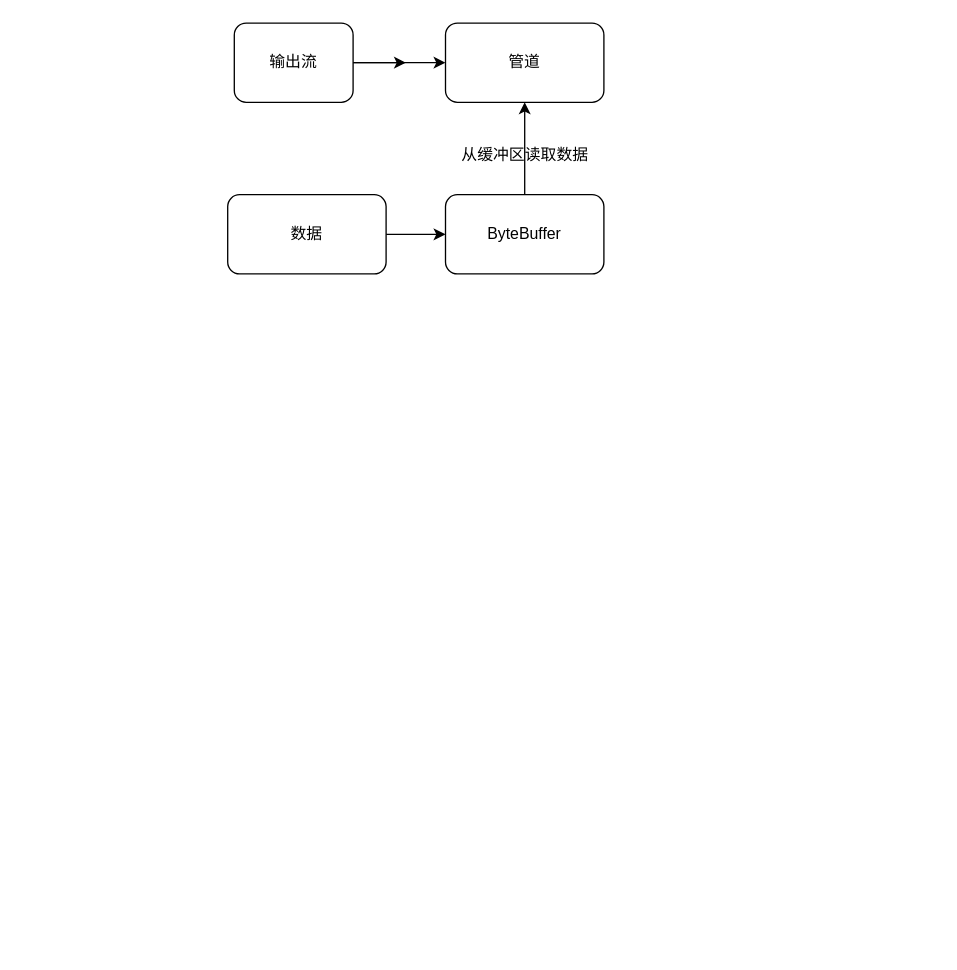
ZWYXY/all_images keeps this draw.io diagram as 1.drawio. Above is the earlier version. Source tidied: cells renumbered, new cells numbered last; positions are measured from the earlier drawing's top-left corner, leaving out a move shared by most shapes. Both pictures are drawn from the tidied source at 132%, with x=0, y=0 at pixel (227, 22).
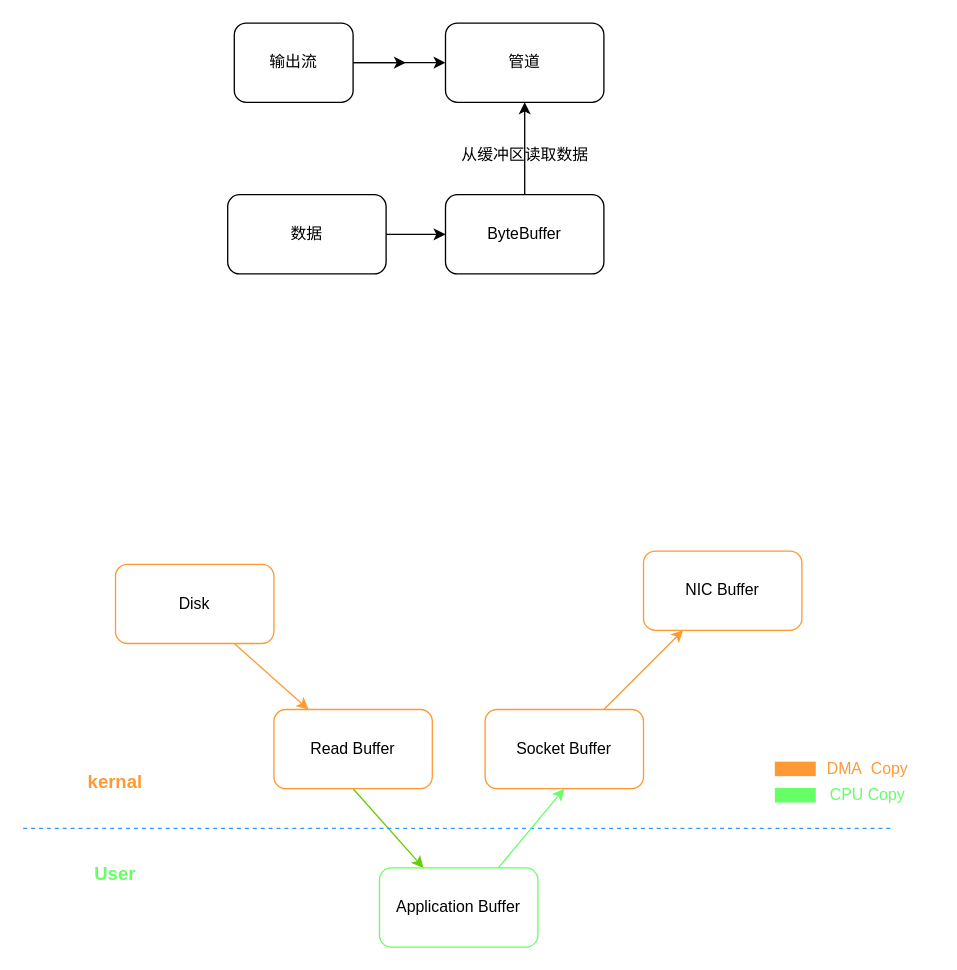
After the change.

The edit, as a diff of the source:
```diff
@@
+    <mxCell id="11" style="edgeStyle=none;html=1;exitX=0.75;exitY=1;exitDx=0;exitDy=0;strokeColor=#FF9933;" parent="1" edge="1" source="12" target="14">
+      <mxGeometry relative="1" as="geometry" />
+    </mxCell>
+    <mxCell id="12" value="Disk" style="rounded=1;whiteSpace=wrap;html=1;strokeColor=#FF9933;" parent="1" vertex="1">
+      <mxGeometry x="-85" y="410" width="120" height="60" as="geometry" />
+    </mxCell>
+    <mxCell id="13" style="edgeStyle=none;html=1;exitX=0.5;exitY=1;exitDx=0;exitDy=0;strokeColor=#66CC00;" parent="1" edge="1" source="14" target="20">
+      <mxGeometry relative="1" as="geometry" />
+    </mxCell>
+    <mxCell id="14" value="Read Buffer" style="rounded=1;whiteSpace=wrap;html=1;strokeColor=#FF9933;" parent="1" vertex="1">
+      <mxGeometry x="35" y="520" width="120" height="60" as="geometry" />
+    </mxCell>
+    <mxCell id="15" style="edgeStyle=none;html=1;exitX=0.75;exitY=0;exitDx=0;exitDy=0;entryX=0.25;entryY=1;entryDx=0;entryDy=0;strokeColor=#FF9933;" parent="1" edge="1" source="16" target="17">
+      <mxGeometry relative="1" as="geometry" />
+    </mxCell>
+    <mxCell id="16" value="Socket Buffer" style="rounded=1;whiteSpace=wrap;html=1;strokeColor=#FF9933;" parent="1" vertex="1">
+      <mxGeometry x="195" y="520" width="120" height="60" as="geometry" />
+    </mxCell>
+    <mxCell id="17" value="NIC Buffer" style="rounded=1;whiteSpace=wrap;html=1;strokeColor=#FF9933;" parent="1" vertex="1">
+      <mxGeometry x="315" y="400" width="120" height="60" as="geometry" />
+    </mxCell>
+    <mxCell id="18" style="endArrow=none;dashed=1;html=1;strokeColor=#3399FF;" parent="1" edge="1">
+      <mxGeometry relative="1" as="geometry">
+        <mxPoint x="-155" y="610" as="sourcePoint" />
+        <mxPoint x="505" y="610" as="targetPoint" />
+      </mxGeometry>
+    </mxCell>
+    <mxCell id="19" style="edgeStyle=none;html=1;exitX=0.75;exitY=0;exitDx=0;exitDy=0;entryX=0.5;entryY=1;entryDx=0;entryDy=0;strokeColor=#66FF66;" parent="1" edge="1" source="20" target="16">
+      <mxGeometry relative="1" as="geometry" />
+    </mxCell>
+    <mxCell id="20" value="Application Buffer" style="rounded=1;whiteSpace=wrap;html=1;strokeColor=#66FF66;" parent="1" vertex="1">
+      <mxGeometry x="115" y="640" width="120" height="60" as="geometry" />
+    </mxCell>
+    <mxCell id="21" value="&lt;font style=&quot;font-size: 14px&quot; color=&quot;#ff9933&quot;&gt;kernal&lt;/font&gt;" style="text;html=1;strokeColor=none;fillColor=none;align=center;verticalAlign=middle;whiteSpace=wrap;rounded=0;fontStyle=1;" parent="1" vertex="1">
+      <mxGeometry x="-135" y="560" width="100" height="30" as="geometry" />
+    </mxCell>
+    <mxCell id="22" value="&lt;span style=&quot;font-size: 14px&quot;&gt;&lt;font color=&quot;#66ff66&quot;&gt;User&lt;/font&gt;&lt;/span&gt;" style="text;html=1;strokeColor=none;fillColor=none;align=center;verticalAlign=middle;whiteSpace=wrap;rounded=0;fontStyle=1;" parent="1" vertex="1">
+      <mxGeometry x="-135" y="630" width="100" height="30" as="geometry" />
+    </mxCell>
+    <mxCell id="23" style="rounded=0;whiteSpace=wrap;html=1;strokeColor=#FF9933;fillColor=#FF9933;" parent="1" vertex="1">
+      <mxGeometry x="415" y="560" width="30" height="10" as="geometry" />
+    </mxCell>
+    <mxCell id="24" style="rounded=0;whiteSpace=wrap;html=1;strokeColor=#66FF66;fillColor=#66FF66;" parent="1" vertex="1">
+      <mxGeometry x="415" y="580" width="30" height="10" as="geometry" />
+    </mxCell>
+    <mxCell id="25" value="&lt;font color=&quot;#ff9933&quot;&gt;DMA&amp;nbsp; Copy&lt;/font&gt;" style="text;html=1;strokeColor=none;fillColor=none;align=center;verticalAlign=middle;whiteSpace=wrap;rounded=0;" parent="1" vertex="1">
+      <mxGeometry x="435" y="555" width="100" height="20" as="geometry" />
+    </mxCell>
+    <mxCell id="26" value="&lt;font color=&quot;#66ff66&quot;&gt;CPU Copy&lt;/font&gt;" style="text;html=1;strokeColor=none;fillColor=none;align=center;verticalAlign=middle;whiteSpace=wrap;rounded=0;" parent="1" vertex="1">
+      <mxGeometry x="435" y="575" width="100" height="20" as="geometry" />
+    </mxCell>
```
